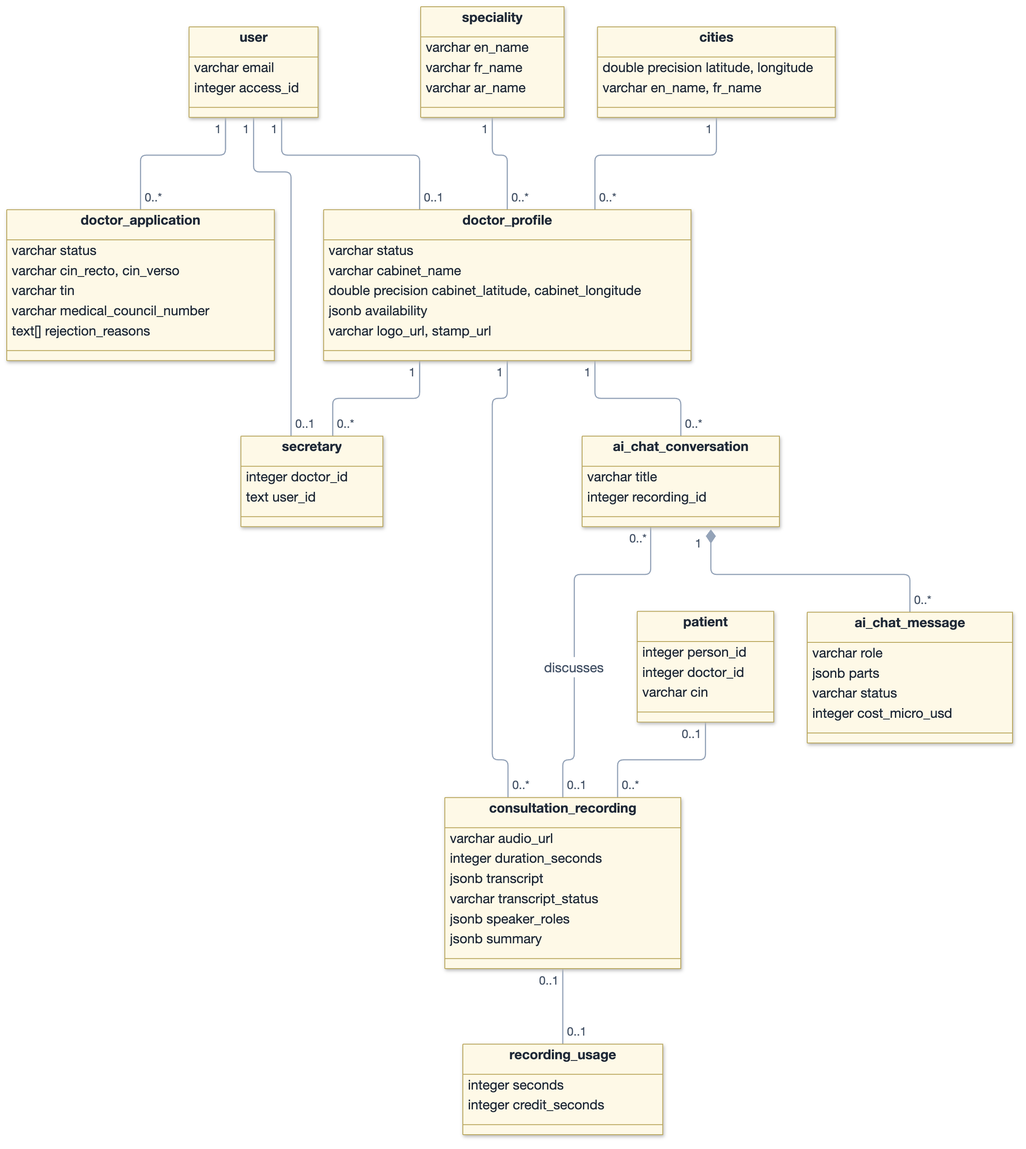
Above: images/diagrams/class_diagram_practice.png in AtriOmar/riaya-report (Mermaid), before the change. Its source is kept beside it as images/diagrams/src/class_diagram_practice.mmd.
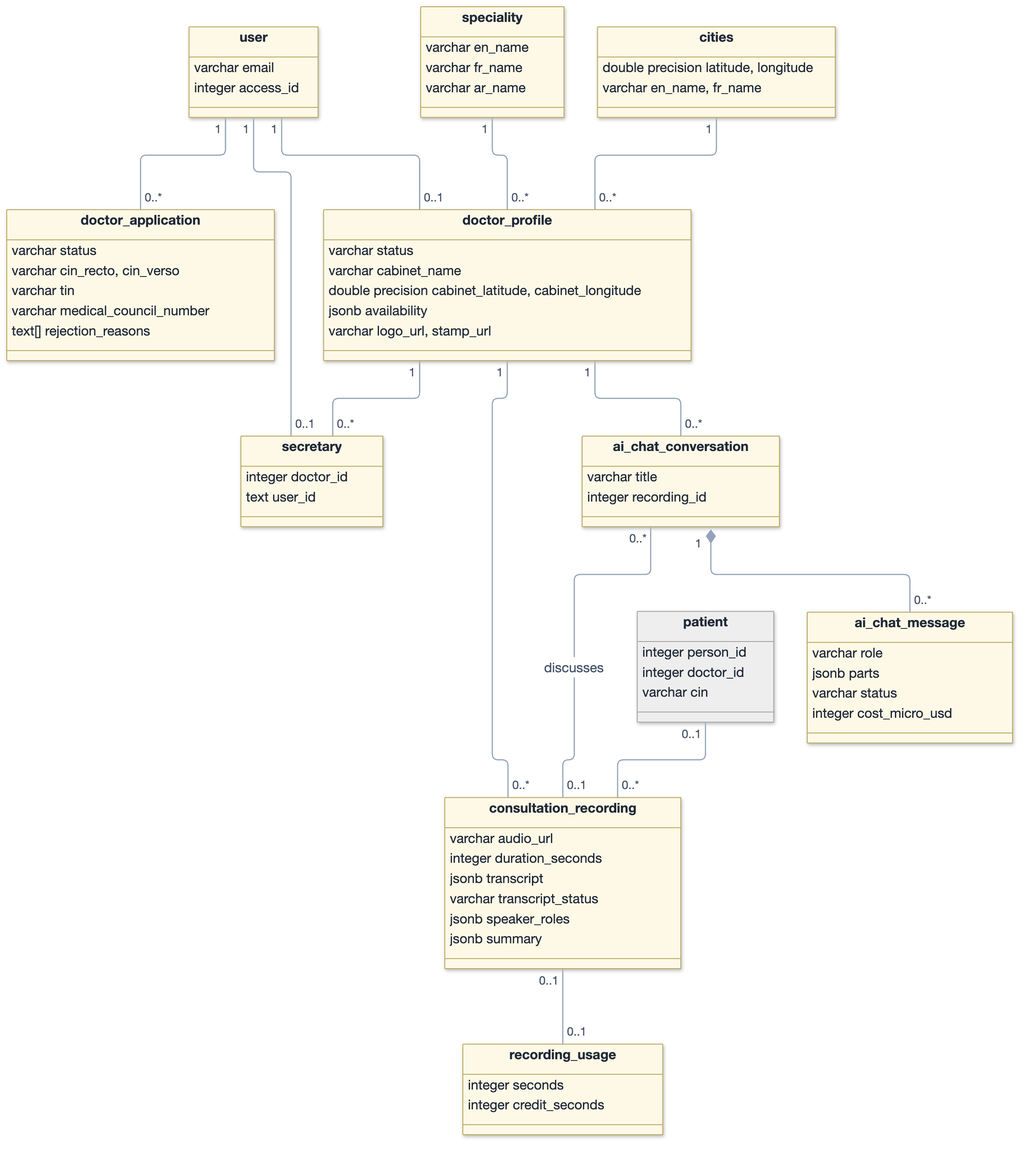
The same file after the commit.

What changed in the source:
```diff
@@ -72,3 +72,6 @@
 doctor_profile "1" -- "0..*" ai_chat_conversation
 ai_chat_conversation "0..*" -- "0..1" consultation_recording : discusses
 ai_chat_conversation "1" *-- "0..*" ai_chat_message
+
+classDef ref fill:#EEEEEE,stroke:#A3A3A3
+class patient:::ref
```
